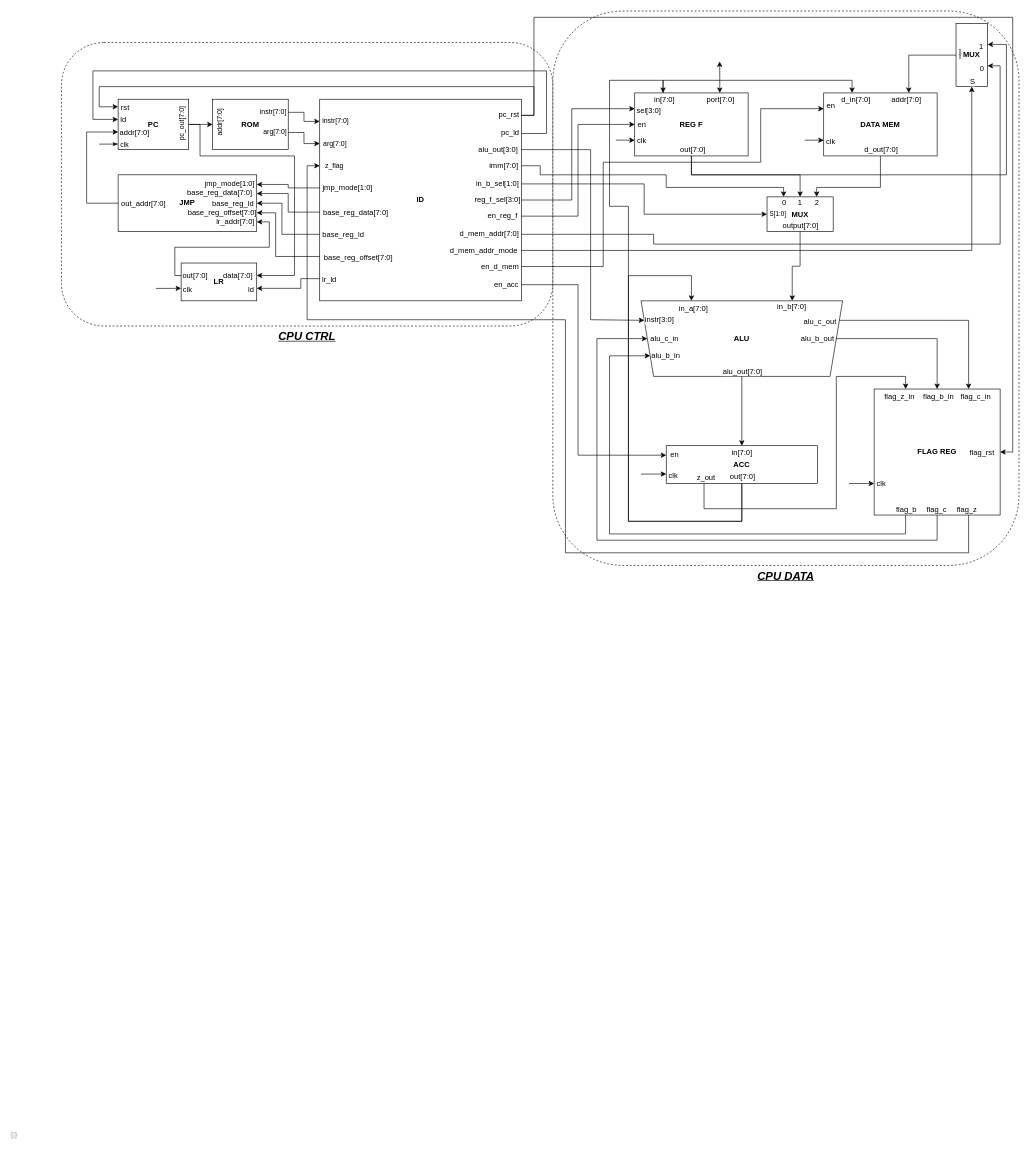
The draw.io diagram Docs/cpu.drawio in orszoooo/OneCycleCPU, before the edit. Source tidied: cells renumbered, new cells numbered last; positions are measured from the earlier drawing's top-left corner, leaving out a move shared by most shapes. Both pictures are drawn from the tidied source at 63%, with x=0, y=0 at pixel (11, 11). Pictures stored in the file or linked from it are replaced by grey dashed boxes.
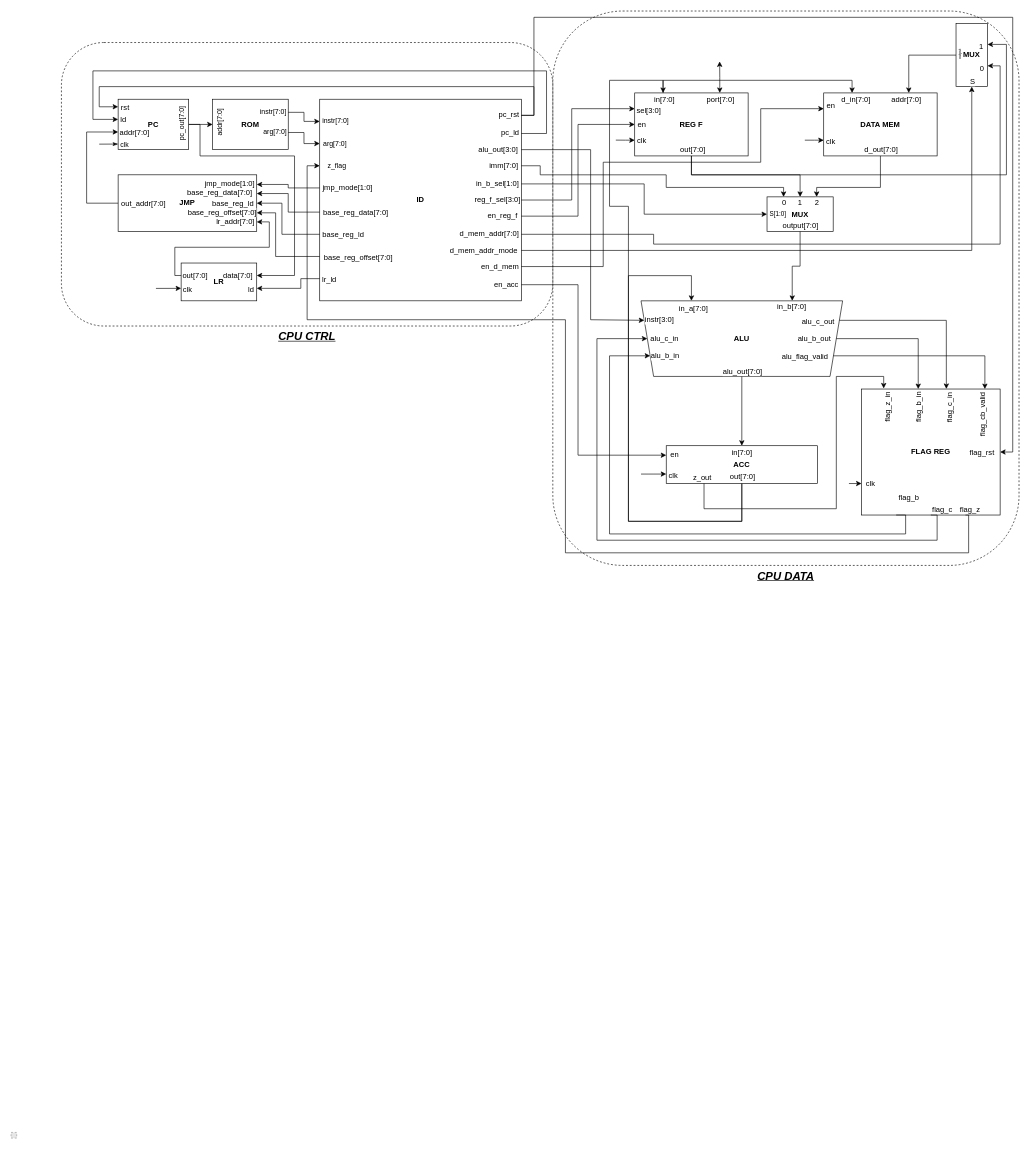
The same diagram, later.

Commit message (it also covers changes not shown here):
Alu carry and borrow flag fix. Schematic update.

Unchanged cells that the change refers to:
```xml
<mxCell id="57" value="ACC" style="rounded=0;whiteSpace=wrap;html=1;strokeColor=default;fontFamily=Helvetica;fontSize=12;fontColor=default;fillColor=default;fontStyle=1;points=[[0,0.25,0,0,0],[0,0.75,0,0,0],[0.25,1,0,0,0],[0.5,0,0,0,0],[0.5,1,0,0,0]];" parent="1" vertex="1">
  <mxGeometry x="1040" y="690" width="240" height="60" as="geometry" />
</mxCell>
```

Change to the diagram source:
```diff
@@
+    <mxCell id="37" value="ALU" style="shape=trapezoid;perimeter=trapezoidPerimeter;whiteSpace=wrap;html=1;fixedSize=1;rounded=0;strokeColor=default;fontFamily=Helvetica;fontSize=12;fontColor=default;fillColor=default;flipV=1;fontStyle=1;" parent="1" vertex="1">
+      <mxGeometry x="1000" y="460" width="320" height="120" as="geometry" />
+    </mxCell>
@@
-    <mxCell id="36" value="FLAG REG" style="rounded=0;whiteSpace=wrap;html=1;hachureGap=4;fontFamily=Helvetica;fontSize=12;fontStyle=1;points=[[0,0.75,0,0,0],[0.25,0,0,0,0],[0.25,1,0,0,0],[0.5,0,0,0,0],[0.5,1,0,0,0],[0.75,0,0,0,0],[0.75,1,0,0,0],[1,0.5,0,0,0]];" parent="1" vertex="1">
-      <mxGeometry x="1370" y="600" width="200" height="200" as="geometry" />
+    <mxCell id="36" value="FLAG REG" style="rounded=0;whiteSpace=wrap;html=1;hachureGap=4;fontFamily=Helvetica;fontSize=12;fontStyle=1;points=[[0,0.75,0,0,0],[0.25,0,0,0,0],[0.25,1,0,0,0],[0.5,0,0,0,0],[0.5,1,0,0,0],[0.75,0,0,0,0],[0.75,1,0,0,0],[0.89,0,0,0,0],[1,0.5,0,0,0]];" parent="1" vertex="1">
+      <mxGeometry x="1350" y="600" width="220" height="200" as="geometry" />
     </mxCell>
-    <mxCell id="37" value="ALU" style="shape=trapezoid;perimeter=trapezoidPerimeter;whiteSpace=wrap;html=1;fixedSize=1;rounded=0;strokeColor=default;fontFamily=Helvetica;fontSize=12;fontColor=default;fillColor=default;flipV=1;fontStyle=1;" parent="1" vertex="1">
-      <mxGeometry x="1000" y="460" width="320" height="120" as="geometry" />
-    </mxCell>
+    <mxCell id="140" style="edgeStyle=orthogonalEdgeStyle;hachureGap=4;html=1;exitX=1;exitY=0.75;exitDx=0;exitDy=0;entryX=0.89;entryY=0;entryDx=0;entryDy=0;entryPerimeter=0;fontFamily=Architects Daughter;fontSize=16;rounded=0;" parent="1" edge="1" source="37" target="36">
+      <mxGeometry relative="1" as="geometry" />
+    </mxCell>
+    <mxCell id="141" value="alu_flag_valid" style="edgeLabel;html=1;align=center;verticalAlign=middle;fontSize=12;fontFamily=Helvetica;" parent="140" vertex="1">
+      <mxGeometry x="-0.85" y="-1" relative="1" as="geometry">
+        <mxPoint x="-68" as="offset" />
+      </mxGeometry>
+    </mxCell>
+    <mxCell id="142" value="flag_cb_valid" style="edgeLabel;html=1;align=center;verticalAlign=middle;fontSize=12;fontFamily=Helvetica;rotation=270;" parent="140" vertex="1">
+      <mxGeometry x="0.73" y="-3" relative="1" as="geometry">
+        <mxPoint y="81" as="offset" />
+      </mxGeometry>
+    </mxCell>
-    <mxCell id="38" style="edgeStyle=orthogonalEdgeStyle;rounded=0;sketch=0;hachureGap=4;jiggle=2;curveFitting=1;html=1;exitX=0.5;exitY=0;exitDx=0;exitDy=0;exitPerimeter=0;entryX=1;entryY=0.5;entryDx=0;entryDy=0;fontFamily=Helvetica;fontSize=12;startArrow=classic;startFill=1;endArrow=none;endFill=0;" parent="1" edge="1" source="36" target="37">
+    <mxCell id="38" style="edgeStyle=orthogonalEdgeStyle;rounded=0;sketch=0;hachureGap=4;jiggle=2;curveFitting=1;html=1;entryX=1;entryY=0.5;entryDx=0;entryDy=0;fontFamily=Helvetica;fontSize=12;startArrow=classic;startFill=1;endArrow=none;endFill=0;" parent="1" edge="1" target="37">
       <mxGeometry relative="1" as="geometry">
+        <mxPoint x="1440" y="600" as="sourcePoint" />
         <Array as="points">
-          <mxPoint x="1470" y="520" />
+          <mxPoint x="1440" y="600" />
+          <mxPoint x="1440" y="520" />
         </Array>
       </mxGeometry>
     </mxCell>
@@
-    <mxCell id="40" value="flag_b_in" style="edgeLabel;html=1;align=center;verticalAlign=middle;fontSize=12;fontFamily=Helvetica;" parent="38" vertex="1">
+    <mxCell id="40" value="flag_b_in" style="edgeLabel;html=1;align=center;verticalAlign=middle;fontSize=12;fontFamily=Helvetica;rotation=270;" parent="38" vertex="1">
       <mxGeometry x="-0.46" relative="1" as="geometry">
-        <mxPoint x="1" y="76" as="offset" />
+        <mxPoint y="87" as="offset" />
       </mxGeometry>
     </mxCell>
@@
-    <mxCell id="63" style="edgeStyle=orthogonalEdgeStyle;rounded=0;sketch=0;hachureGap=4;jiggle=2;curveFitting=1;html=1;exitX=1;exitY=0.25;exitDx=0;exitDy=0;entryX=0.75;entryY=0;entryDx=0;entryDy=0;entryPerimeter=0;fontFamily=Helvetica;fontSize=12;startArrow=none;startFill=0;endArrow=classic;endFill=1;" parent="1" edge="1" source="37" target="36">
-      <mxGeometry relative="1" as="geometry" />
+    <mxCell id="63" style="edgeStyle=orthogonalEdgeStyle;rounded=0;sketch=0;hachureGap=4;jiggle=2;curveFitting=1;html=1;exitX=1;exitY=0.25;exitDx=0;exitDy=0;entryX=0.612;entryY=-0.001;entryDx=0;entryDy=0;entryPerimeter=0;fontFamily=Helvetica;fontSize=12;startArrow=none;startFill=0;endArrow=classic;endFill=1;" parent="1" edge="1" source="37" target="36">
+      <mxGeometry relative="1" as="geometry">
+        <Array as="points">
+          <mxPoint x="1485" y="491" />
+          <mxPoint x="1485" y="600" />
+        </Array>
+      </mxGeometry>
     </mxCell>
@@
-    <mxCell id="65" value="flag_c_in" style="edgeLabel;html=1;align=center;verticalAlign=middle;fontSize=12;fontFamily=Helvetica;" parent="63" vertex="1">
+    <mxCell id="65" value="flag_c_in" style="edgeLabel;html=1;align=center;verticalAlign=middle;fontSize=12;fontFamily=Helvetica;rotation=270;" parent="63" vertex="1">
       <mxGeometry x="0.58" y="-1" relative="1" as="geometry">
-        <mxPoint x="11" y="78" as="offset" />
+        <mxPoint x="6" y="89" as="offset" />
       </mxGeometry>
     </mxCell>
@@
-    <mxCell id="125" style="edgeStyle=orthogonalEdgeStyle;rounded=0;sketch=0;hachureGap=4;jiggle=2;curveFitting=1;html=1;exitX=0.25;exitY=1;exitDx=0;exitDy=0;exitPerimeter=0;fontFamily=Helvetica;fontSize=12;fontColor=default;startArrow=none;startFill=0;endArrow=classic;endFill=1;entryX=0.25;entryY=0;entryDx=0;entryDy=0;entryPerimeter=0;" parent="1" edge="1" source="57" target="36">
+    <mxCell id="125" style="edgeStyle=orthogonalEdgeStyle;rounded=0;sketch=0;hachureGap=4;jiggle=2;curveFitting=1;html=1;exitX=0.25;exitY=1;exitDx=0;exitDy=0;exitPerimeter=0;fontFamily=Helvetica;fontSize=12;fontColor=default;startArrow=none;startFill=0;endArrow=classic;endFill=1;entryX=0.16;entryY=-0.005;entryDx=0;entryDy=0;entryPerimeter=0;" parent="1" edge="1" source="57" target="36">
       <mxGeometry relative="1" as="geometry">
         <Array as="points">
           <mxPoint x="1100" y="790" />
           <mxPoint x="1310" y="790" />
           <mxPoint x="1310" y="580" />
-          <mxPoint x="1420" y="580" />
+          <mxPoint x="1385" y="580" />
         </Array>
       </mxGeometry>
     </mxCell>
@@
-    <mxCell id="127" value="flag_z_in" style="edgeLabel;html=1;align=center;verticalAlign=middle;fontSize=12;fontFamily=Helvetica;" parent="125" vertex="1">
+    <mxCell id="127" value="flag_z_in" style="edgeLabel;html=1;align=center;verticalAlign=middle;fontSize=12;fontFamily=Helvetica;rotation=270;" parent="125" vertex="1">
       <mxGeometry x="0.81" y="-3" relative="1" as="geometry">
-        <mxPoint x="25" y="28" as="offset" />
+        <mxPoint x="38" y="47" as="offset" />
       </mxGeometry>
     </mxCell>
```
